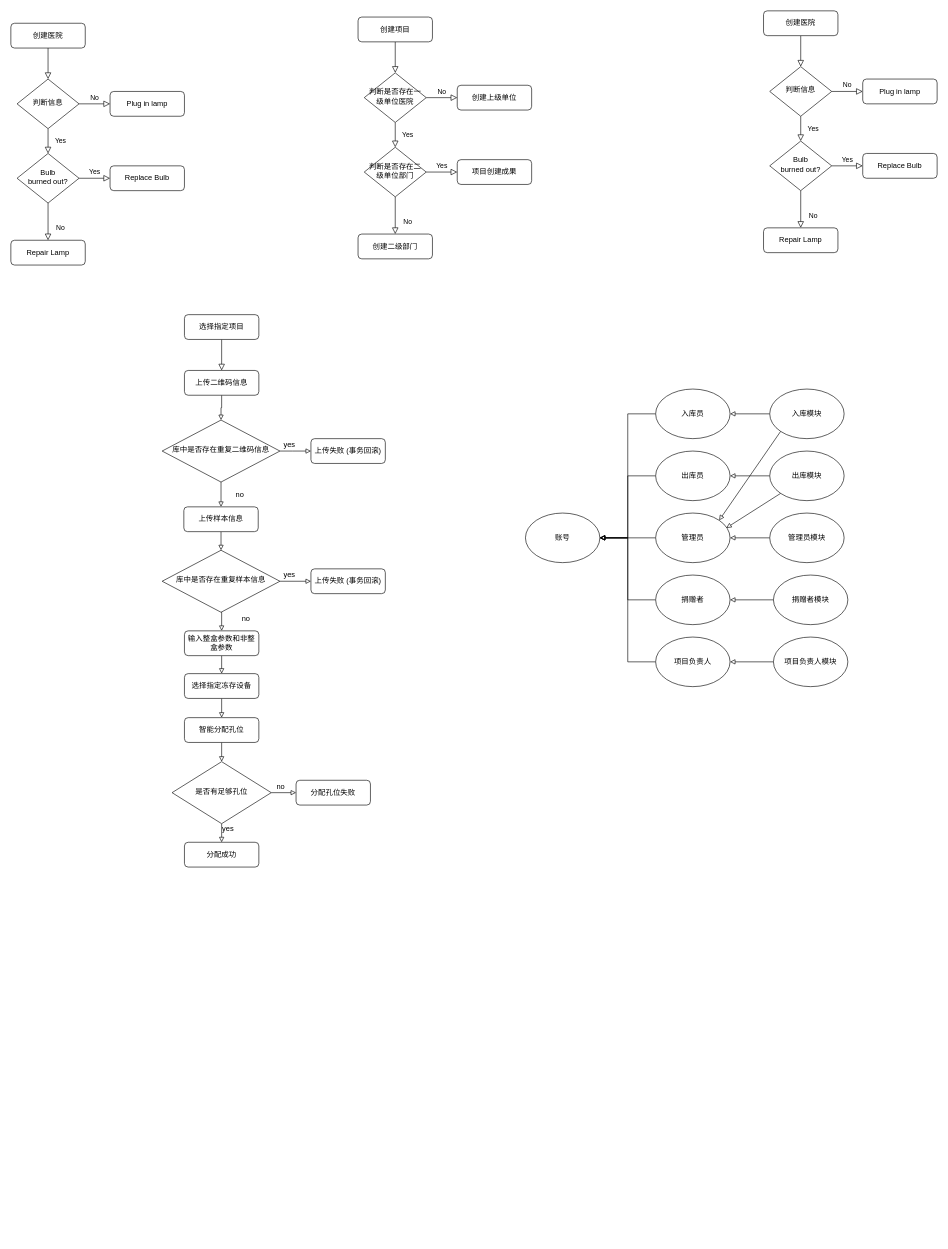
null010/chart keeps this draw.io diagram as Untitled Diagram.drawio. Above is the earlier version. Source tidied: cells renumbered, new cells numbered last; positions are measured from the earlier drawing's top-left corner, leaving out a move shared by most shapes. Both pictures are drawn from the tidied source at 62%, with x=0, y=0 at pixel (11, 11).
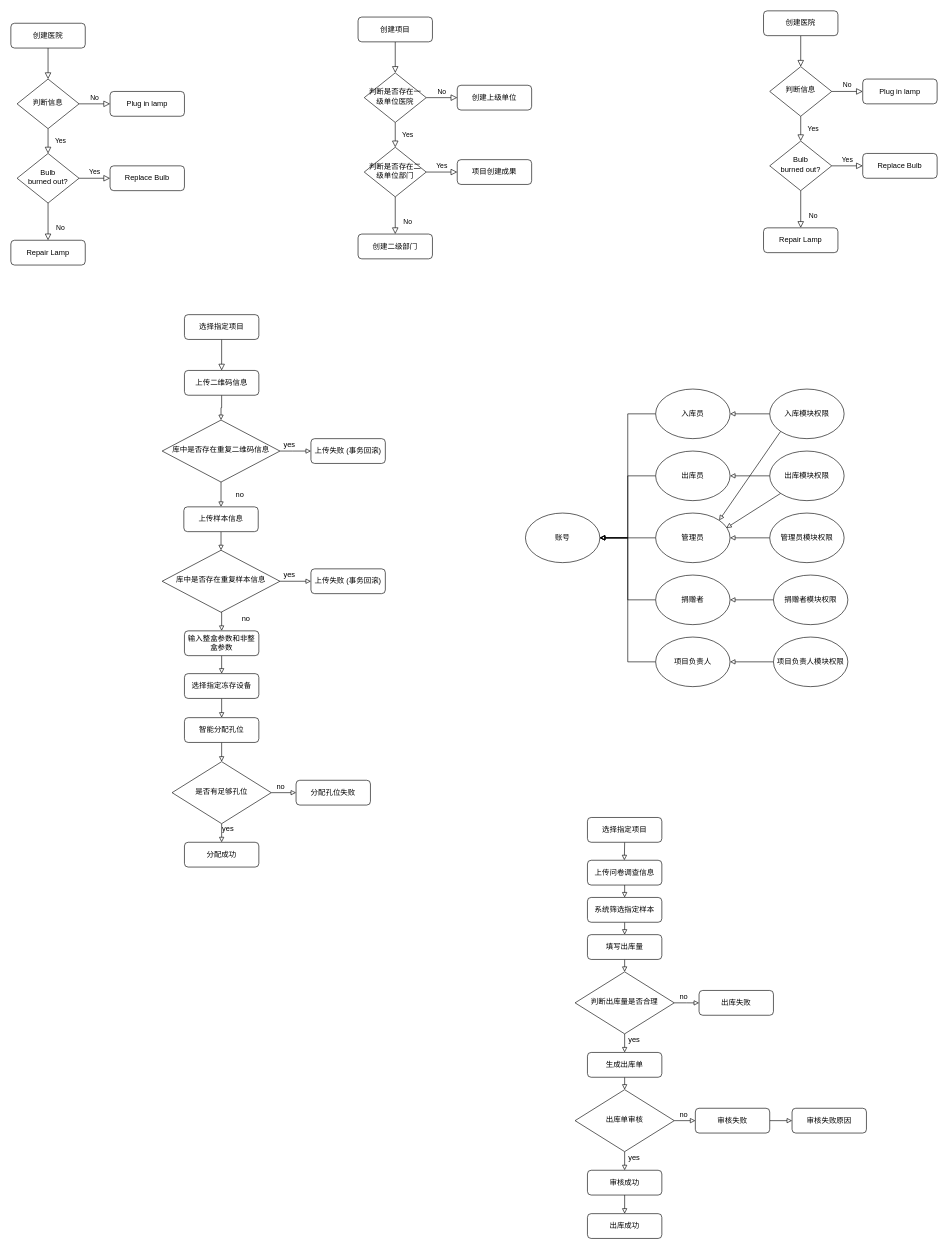
After the change.

Diff of the diagram source:
```diff
@@
-    <mxCell id="67" value="入库模块" style="ellipse;whiteSpace=wrap;html=1;" parent="1" vertex="1">
+    <mxCell id="67" value="入库模块权限" style="ellipse;whiteSpace=wrap;html=1;" parent="1" vertex="1">
       <mxGeometry x="1224" y="610" width="120" height="80" as="geometry" />
     </mxCell>
@@
-    <mxCell id="72" value="出库模块" style="ellipse;whiteSpace=wrap;html=1;" parent="1" vertex="1">
+    <mxCell id="72" value="出库模块权限" style="ellipse;whiteSpace=wrap;html=1;" parent="1" vertex="1">
       <mxGeometry x="1224" y="710" width="120" height="80" as="geometry" />
     </mxCell>
@@
-    <mxCell id="76" value="管理员模块" style="ellipse;whiteSpace=wrap;html=1;" parent="1" vertex="1">
+    <mxCell id="76" value="管理员模块权限" style="ellipse;whiteSpace=wrap;html=1;" parent="1" vertex="1">
       <mxGeometry x="1224" y="810" width="120" height="80" as="geometry" />
     </mxCell>
@@
-    <mxCell id="83" value="捐赠者模块" style="ellipse;whiteSpace=wrap;html=1;" parent="1" vertex="1">
+    <mxCell id="83" value="捐赠者模块权限" style="ellipse;whiteSpace=wrap;html=1;" parent="1" vertex="1">
       <mxGeometry x="1230" y="910" width="120" height="80" as="geometry" />
     </mxCell>
@@
-    <mxCell id="87" value="项目负责人模块" style="ellipse;whiteSpace=wrap;html=1;" parent="1" vertex="1">
+    <mxCell id="87" value="项目负责人模块权限" style="ellipse;whiteSpace=wrap;html=1;" parent="1" vertex="1">
       <mxGeometry x="1230" y="1010" width="120" height="80" as="geometry" />
     </mxCell>
@@
+    <mxCell id="89" style="edgeStyle=orthogonalEdgeStyle;rounded=0;jettySize=auto;html=1;exitX=0.5;exitY=1;exitDx=0;exitDy=0;endArrow=block;endFill=0;" parent="1" edge="1" source="90">
+      <mxGeometry relative="1" as="geometry">
+        <mxPoint x="989.5" y="1370" as="targetPoint" />
+      </mxGeometry>
+    </mxCell>
+    <mxCell id="90" value="选择指定项目" style="rounded=1;whiteSpace=wrap;html=1;fontSize=12;glass=0;strokeWidth=1;shadow=0;" parent="1" vertex="1">
+      <mxGeometry x="930" y="1301" width="120" height="40" as="geometry" />
+    </mxCell>
+    <mxCell id="91" style="edgeStyle=orthogonalEdgeStyle;rounded=0;jettySize=auto;html=1;exitX=0.5;exitY=1;exitDx=0;exitDy=0;entryX=0.5;entryY=0;entryDx=0;entryDy=0;endArrow=block;endFill=0;" parent="1" edge="1" source="92" target="97">
+      <mxGeometry relative="1" as="geometry" />
+    </mxCell>
+    <mxCell id="92" value="上传问卷调查信息" style="rounded=1;whiteSpace=wrap;html=1;fontSize=12;glass=0;strokeWidth=1;shadow=0;" parent="1" vertex="1">
+      <mxGeometry x="930" y="1370" width="120" height="40" as="geometry" />
+    </mxCell>
+    <mxCell id="93" value="出库失败" style="rounded=1;whiteSpace=wrap;html=1;fontSize=12;glass=0;strokeWidth=1;shadow=0;" parent="1" vertex="1">
+      <mxGeometry x="1110" y="1580" width="120" height="40" as="geometry" />
+    </mxCell>
+    <mxCell id="94" style="edgeStyle=orthogonalEdgeStyle;rounded=0;jettySize=auto;html=1;exitX=0.5;exitY=1;exitDx=0;exitDy=0;entryX=0.5;entryY=0;entryDx=0;entryDy=0;endArrow=block;endFill=0;" parent="1" edge="1" source="95" target="100">
+      <mxGeometry relative="1" as="geometry" />
+    </mxCell>
+    <mxCell id="95" value="填写出库量" style="rounded=1;whiteSpace=wrap;html=1;fontSize=12;glass=0;strokeWidth=1;shadow=0;" parent="1" vertex="1">
+      <mxGeometry x="930" y="1490" width="120" height="40" as="geometry" />
+    </mxCell>
+    <mxCell id="96" style="edgeStyle=orthogonalEdgeStyle;rounded=0;jettySize=auto;html=1;exitX=0.5;exitY=1;exitDx=0;exitDy=0;entryX=0.5;entryY=0;entryDx=0;entryDy=0;endArrow=block;endFill=0;" parent="1" edge="1" source="97" target="95">
+      <mxGeometry relative="1" as="geometry" />
+    </mxCell>
+    <mxCell id="97" value="系统筛选指定样本" style="rounded=1;whiteSpace=wrap;html=1;fontSize=12;glass=0;strokeWidth=1;shadow=0;" parent="1" vertex="1">
+      <mxGeometry x="930" y="1430" width="120" height="40" as="geometry" />
+    </mxCell>
+    <mxCell id="98" style="edgeStyle=orthogonalEdgeStyle;rounded=0;jettySize=auto;html=1;exitX=1;exitY=0.5;exitDx=0;exitDy=0;endArrow=block;endFill=0;" parent="1" edge="1" source="100">
+      <mxGeometry relative="1" as="geometry">
+        <mxPoint x="1110" y="1600.1" as="targetPoint" />
+      </mxGeometry>
+    </mxCell>
+    <mxCell id="99" style="edgeStyle=orthogonalEdgeStyle;rounded=0;jettySize=auto;html=1;exitX=0.5;exitY=1;exitDx=0;exitDy=0;endArrow=block;endFill=0;entryX=0.5;entryY=0;entryDx=0;entryDy=0;" parent="1" edge="1" source="100" target="102">
+      <mxGeometry relative="1" as="geometry" />
+    </mxCell>
+    <mxCell id="100" value="判断出库量是否合理" style="rhombus;whiteSpace=wrap;html=1;shadow=0;fontFamily=Helvetica;fontSize=12;align=center;strokeWidth=1;spacing=6;spacingTop=-4;" parent="1" vertex="1">
+      <mxGeometry x="910" y="1550" width="160" height="100" as="geometry" />
+    </mxCell>
+    <mxCell id="101" style="edgeStyle=orthogonalEdgeStyle;rounded=0;jettySize=auto;html=1;exitX=0.5;exitY=1;exitDx=0;exitDy=0;entryX=0.5;entryY=0;entryDx=0;entryDy=0;endArrow=block;endFill=0;" parent="1" edge="1" source="102" target="105">
+      <mxGeometry relative="1" as="geometry" />
+    </mxCell>
+    <mxCell id="102" value="生成出库单" style="rounded=1;whiteSpace=wrap;html=1;fontSize=12;glass=0;strokeWidth=1;shadow=0;" parent="1" vertex="1">
+      <mxGeometry x="930" y="1680" width="120" height="40" as="geometry" />
+    </mxCell>
+    <mxCell id="103" style="edgeStyle=orthogonalEdgeStyle;rounded=0;jettySize=auto;html=1;exitX=1;exitY=0.5;exitDx=0;exitDy=0;endArrow=block;endFill=0;entryX=0;entryY=0.5;entryDx=0;entryDy=0;" parent="1" edge="1" source="105" target="107">
+      <mxGeometry relative="1" as="geometry" />
+    </mxCell>
+    <mxCell id="104" style="edgeStyle=orthogonalEdgeStyle;rounded=0;jettySize=auto;html=1;exitX=0.5;exitY=1;exitDx=0;exitDy=0;endArrow=block;endFill=0;entryX=0.5;entryY=0;entryDx=0;entryDy=0;" parent="1" edge="1" source="105" target="109">
+      <mxGeometry relative="1" as="geometry" />
+    </mxCell>
+    <mxCell id="105" value="出库单审核" style="rhombus;whiteSpace=wrap;html=1;shadow=0;fontFamily=Helvetica;fontSize=12;align=center;strokeWidth=1;spacing=6;spacingTop=-4;" parent="1" vertex="1">
+      <mxGeometry x="910" y="1740" width="160" height="100" as="geometry" />
+    </mxCell>
+    <mxCell id="106" style="edgeStyle=orthogonalEdgeStyle;rounded=0;jettySize=auto;html=1;exitX=1;exitY=0.5;exitDx=0;exitDy=0;endArrow=block;endFill=0;entryX=0;entryY=0.5;entryDx=0;entryDy=0;" parent="1" edge="1" source="107" target="114">
+      <mxGeometry relative="1" as="geometry" />
+    </mxCell>
+    <mxCell id="107" value="审核失败" style="rounded=1;whiteSpace=wrap;html=1;fontSize=12;glass=0;strokeWidth=1;shadow=0;" parent="1" vertex="1">
+      <mxGeometry x="1104" y="1770" width="120" height="40" as="geometry" />
+    </mxCell>
+    <mxCell id="108" style="edgeStyle=orthogonalEdgeStyle;rounded=0;jettySize=auto;html=1;exitX=0.5;exitY=1;exitDx=0;exitDy=0;endArrow=block;endFill=0;entryX=0.5;entryY=0;entryDx=0;entryDy=0;" parent="1" edge="1" source="109" target="115">
+      <mxGeometry relative="1" as="geometry" />
+    </mxCell>
+    <mxCell id="109" value="审核成功" style="rounded=1;whiteSpace=wrap;html=1;fontSize=12;glass=0;strokeWidth=1;shadow=0;" parent="1" vertex="1">
+      <mxGeometry x="930" y="1870" width="120" height="40" as="geometry" />
+    </mxCell>
+    <mxCell id="110" value="no" style="text;html=1;align=center;verticalAlign=middle;strokeColor=none;fillColor=none;" parent="1" vertex="1">
+      <mxGeometry x="1070" y="1580" width="30" height="20" as="geometry" />
+    </mxCell>
+    <mxCell id="111" value="yes" style="text;html=1;align=center;verticalAlign=middle;strokeColor=none;fillColor=none;" parent="1" vertex="1">
+      <mxGeometry x="990" y="1650" width="30" height="20" as="geometry" />
+    </mxCell>
+    <mxCell id="112" value="no" style="text;html=1;align=center;verticalAlign=middle;strokeColor=none;fillColor=none;" parent="1" vertex="1">
+      <mxGeometry x="1070" y="1770" width="30" height="20" as="geometry" />
+    </mxCell>
+    <mxCell id="113" value="yes" style="text;html=1;align=center;verticalAlign=middle;strokeColor=none;fillColor=none;" parent="1" vertex="1">
+      <mxGeometry x="990" y="1840" width="30" height="20" as="geometry" />
+    </mxCell>
+    <mxCell id="114" value="审核失败原因" style="rounded=1;whiteSpace=wrap;html=1;fontSize=12;glass=0;strokeWidth=1;shadow=0;" parent="1" vertex="1">
+      <mxGeometry x="1260" y="1770" width="120" height="40" as="geometry" />
+    </mxCell>
+    <mxCell id="115" value="出库成功" style="rounded=1;whiteSpace=wrap;html=1;fontSize=12;glass=0;strokeWidth=1;shadow=0;" parent="1" vertex="1">
+      <mxGeometry x="930" y="1940" width="120" height="40" as="geometry" />
+    </mxCell>
```
